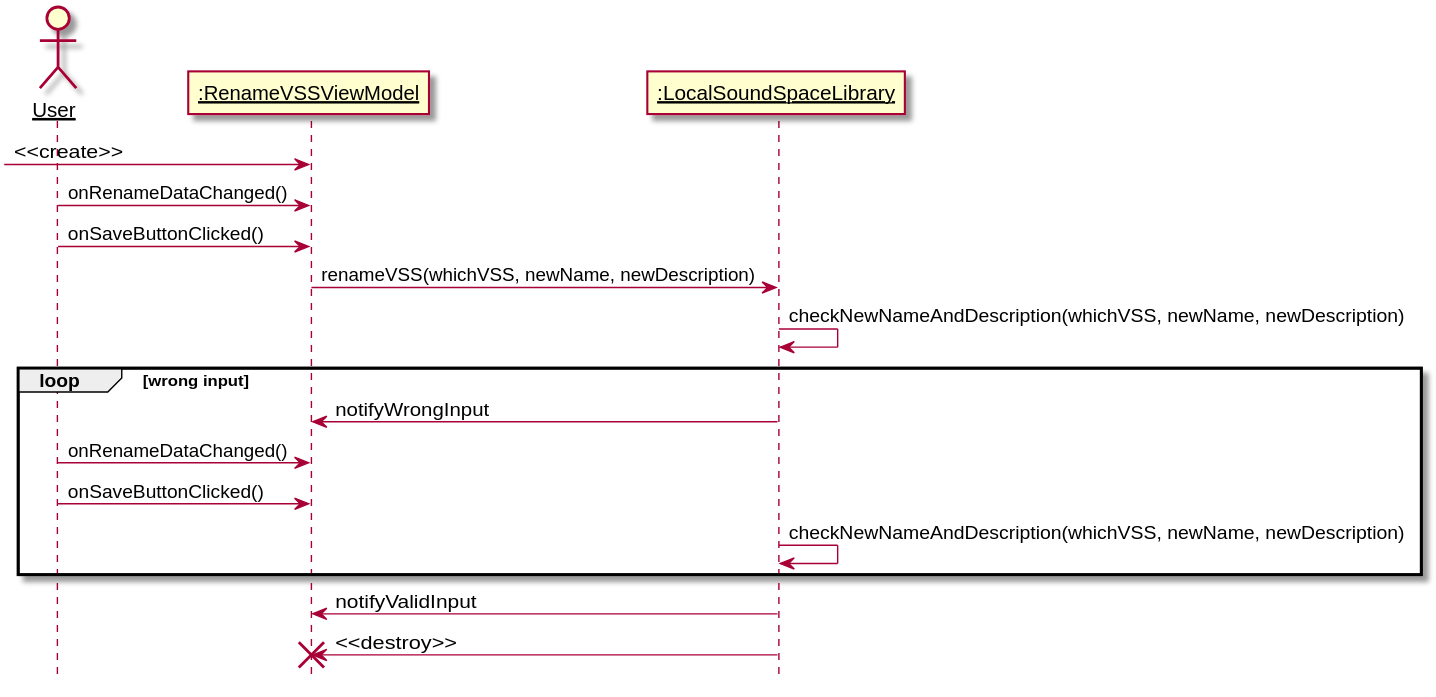
kpp19920121/doc keeps this PlantUML diagram as 设计/Diagrams/RenameVSS.svg. Above is the earlier version.
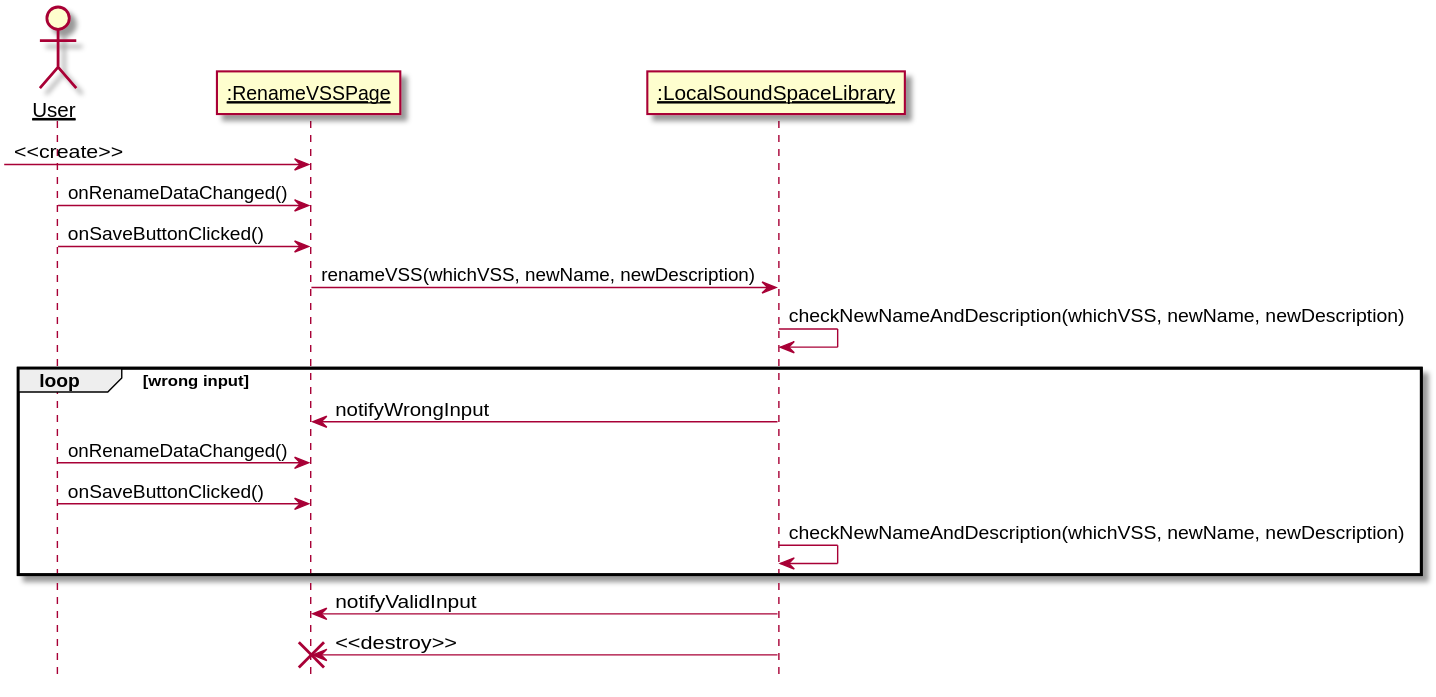
Above is the later version.

Change to the diagram source:
```diff
@@ -3,7 +3,7 @@
 skinparam sequenceParticipant underline
 
 actor User as user
-participant ":RenameVSSViewModel" as viewModel
+participant ":RenameVSSPage" as viewModel
 participant ":LocalSoundSpaceLibrary" as library
 
 -> viewModel: <<create>>
```
